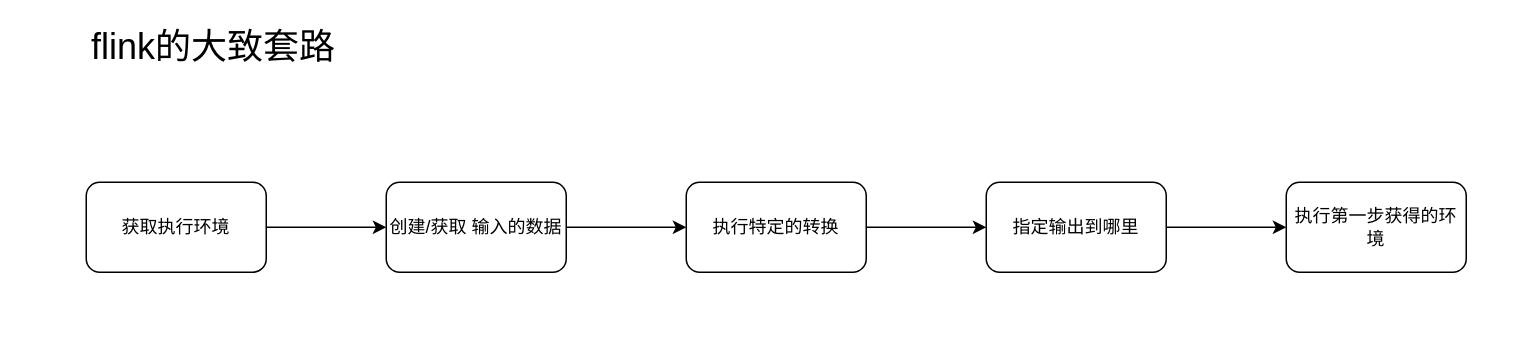
llrrbaba/BlogList keeps this draw.io diagram as flink/flink.drawio. Above is the earlier version. Source tidied: cells renumbered, new cells numbered last; positions are measured from the earlier drawing's top-left corner, leaving out a move shared by most shapes. Both pictures are drawn from the tidied source at 150%, with x=0, y=0 at pixel (40, 32).
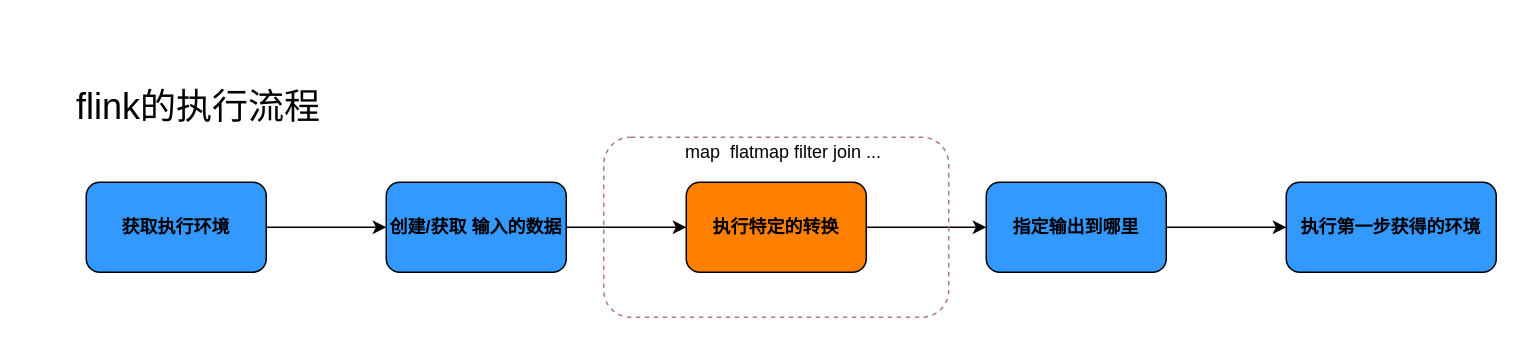
After the change.

Change to the diagram source:
```diff
@@
 <mxGraphModel>
   <root>
     <mxCell id="0" />
     <mxCell id="1" parent="0" />
     <mxCell id="2" style="edgeStyle=orthogonalEdgeStyle;rounded=0;jettySize=auto;html=1;" parent="1" edge="1" source="3" target="5">
       <mxGeometry relative="1" as="geometry" />
     </mxCell>
-    <mxCell id="3" value="获取执行环境" style="rounded=1;whiteSpace=wrap;html=1;" parent="1" vertex="1">
+    <mxCell id="3" value="&lt;b&gt;获取执行环境&lt;/b&gt;" style="rounded=1;whiteSpace=wrap;html=1;fillColor=#3399FF;" parent="1" vertex="1">
       <mxGeometry x="30" y="100" width="120" height="60" as="geometry" />
     </mxCell>
     <mxCell id="4" style="edgeStyle=orthogonalEdgeStyle;rounded=0;jettySize=auto;html=1;" parent="1" edge="1" source="5" target="7">
       <mxGeometry relative="1" as="geometry" />
     </mxCell>
-    <mxCell id="5" value="创建/获取 输入的数据" style="rounded=1;whiteSpace=wrap;html=1;" parent="1" vertex="1">
+    <mxCell id="5" value="&lt;b&gt;创建/获取 输入的数据&lt;/b&gt;" style="rounded=1;whiteSpace=wrap;html=1;fillColor=#3399FF;" parent="1" vertex="1">
       <mxGeometry x="230" y="100" width="120" height="60" as="geometry" />
     </mxCell>
     <mxCell id="6" style="edgeStyle=orthogonalEdgeStyle;rounded=0;jettySize=auto;html=1;" parent="1" edge="1" source="7" target="9">
       <mxGeometry relative="1" as="geometry" />
     </mxCell>
-    <mxCell id="7" value="执行特定的转换" style="rounded=1;whiteSpace=wrap;html=1;" parent="1" vertex="1">
+    <mxCell id="7" value="&lt;b&gt;执行特定的转换&lt;/b&gt;" style="rounded=1;whiteSpace=wrap;html=1;fillColor=#FF8000;" parent="1" vertex="1">
       <mxGeometry x="430" y="100" width="120" height="60" as="geometry" />
     </mxCell>
     <mxCell id="8" style="edgeStyle=orthogonalEdgeStyle;rounded=0;jettySize=auto;html=1;" parent="1" edge="1" source="9" target="10">
       <mxGeometry relative="1" as="geometry" />
     </mxCell>
-    <mxCell id="9" value="指定输出到哪里" style="rounded=1;whiteSpace=wrap;html=1;" parent="1" vertex="1">
+    <mxCell id="9" value="&lt;b&gt;指定输出到哪里&lt;/b&gt;" style="rounded=1;whiteSpace=wrap;html=1;fillColor=#3399FF;" parent="1" vertex="1">
       <mxGeometry x="630" y="100" width="120" height="60" as="geometry" />
     </mxCell>
-    <mxCell id="10" value="执行第一步获得的环境" style="rounded=1;whiteSpace=wrap;html=1;" parent="1" vertex="1">
-      <mxGeometry x="830" y="100" width="120" height="60" as="geometry" />
+    <mxCell id="10" value="&lt;b&gt;执行第一步获得的环境&lt;/b&gt;" style="rounded=1;whiteSpace=wrap;html=1;fillColor=#3399FF;" parent="1" vertex="1">
+      <mxGeometry x="830" y="100" width="140" height="60" as="geometry" />
     </mxCell>
-    <mxCell id="11" value="&lt;font style=&quot;font-size: 24px&quot;&gt;flink的大致套路&lt;/font&gt;" style="text;html=1;strokeColor=none;fillColor=none;align=center;verticalAlign=middle;whiteSpace=wrap;rounded=0;" parent="1" vertex="1">
-      <mxGeometry width="230" height="20" as="geometry" />
+    <mxCell id="11" value="&lt;font style=&quot;font-size: 24px&quot;&gt;flink的执行流程&lt;/font&gt;" style="text;html=1;strokeColor=none;fillColor=none;align=center;verticalAlign=middle;whiteSpace=wrap;rounded=0;" parent="1" vertex="1">
+      <mxGeometry x="-10" y="40" width="230" height="20" as="geometry" />
     </mxCell>
+    <mxCell id="12" style="rounded=1;whiteSpace=wrap;html=1;shadow=0;strokeColor=#B5739D;fillColor=none;dashed=1;" parent="1" vertex="1">
+      <mxGeometry x="375" y="70" width="230" height="120" as="geometry" />
+    </mxCell>
+    <mxCell id="13" value="map&amp;nbsp; flatmap filter join ..." style="text;html=1;strokeColor=none;fillColor=none;align=center;verticalAlign=middle;whiteSpace=wrap;rounded=0;shadow=0;dashed=1;" parent="1" vertex="1">
+      <mxGeometry x="380" y="70" width="230" height="20" as="geometry" />
+    </mxCell>
   </root>
 </mxGraphModel>
```
